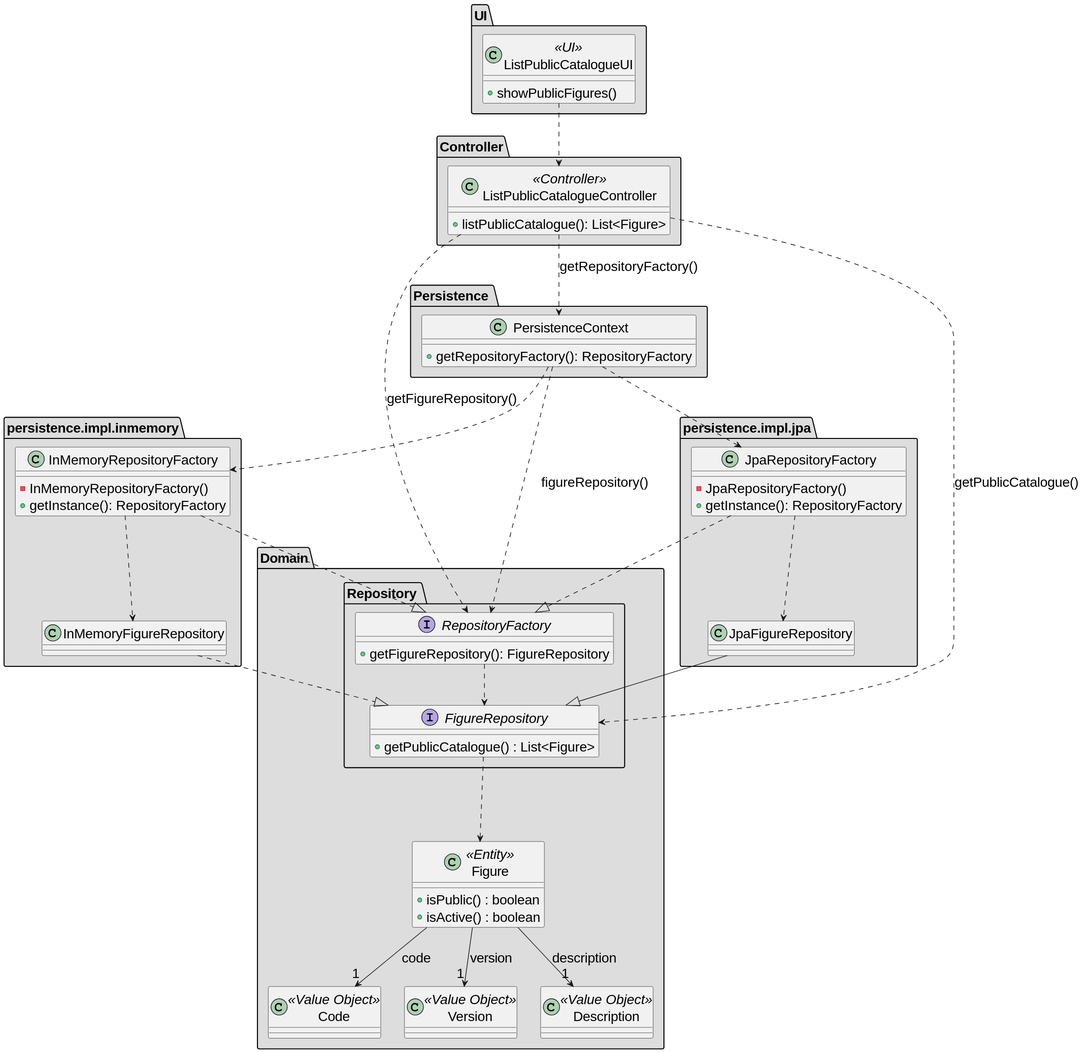
Above: docs/SPRINT_2/US231/images/class_diagram_us231.svg in diogoveirospro/sem4pi-2024-2025-sem4pi_2024_2025_g44 (PlantUML), before the change.
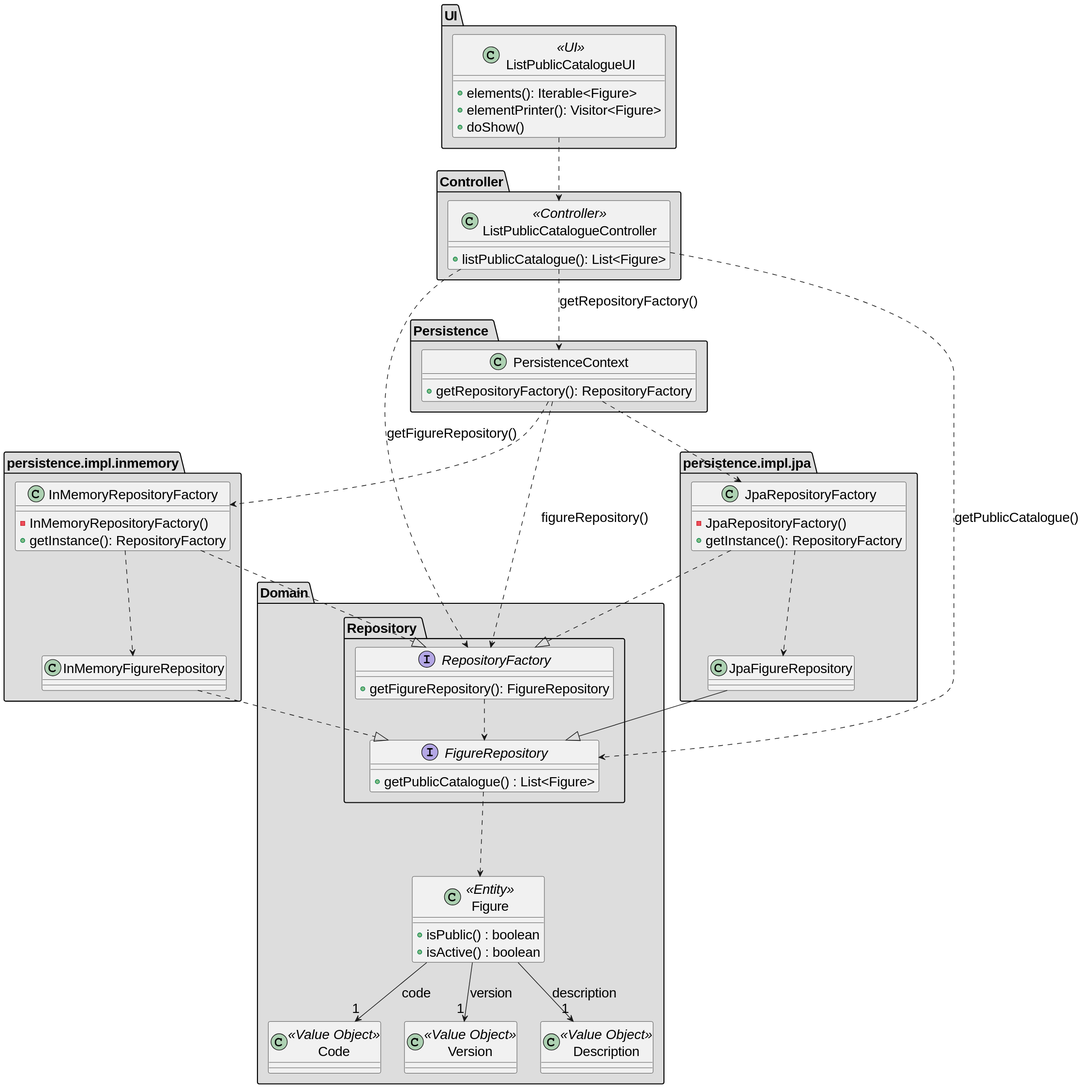
After the commit.

Diff of the diagram source:
```diff
@@ -61,7 +61,9 @@
 
 package "UI" #DDDDDD {
     class ListPublicCatalogueUI <<UI>> {
-        + showPublicFigures()
+        + elements(): Iterable<Figure>
+        + elementPrinter(): Visitor<Figure>
+        + doShow()
     }
 }
 
```
